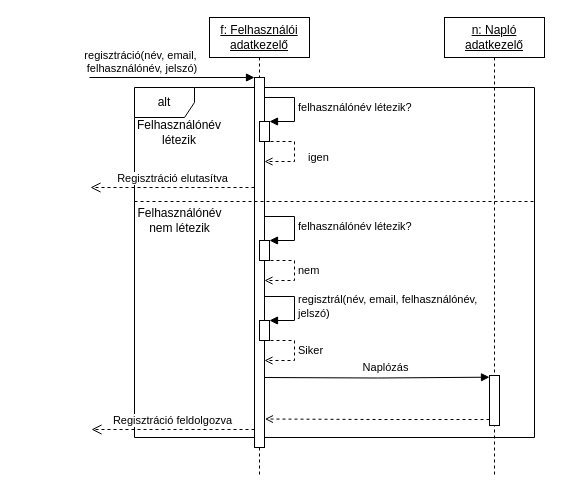
Earlier version of the draw.io diagram doc/editable_files/register_seq.drawio (amadehegedus/cool). Source tidied: cells renumbered, new cells numbered last; positions are measured from the earlier drawing's top-left corner, leaving out a move shared by most shapes. Both pictures are drawn from the tidied source at 100%, with x=0, y=0 at pixel (89, 17).
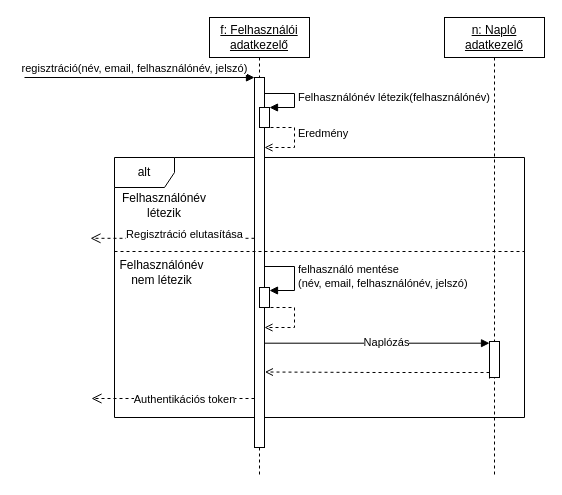
The same diagram, later.

Unchanged cells that the change refers to:
```xml
<mxCell id="3" value="&lt;u&gt;f: Felhasználói adatkezelő&lt;/u&gt;" style="shape=umlLifeline;perimeter=lifelinePerimeter;whiteSpace=wrap;html=1;" parent="1" vertex="1">
  <mxGeometry x="120" width="100" height="460" as="geometry" />
</mxCell>
<mxCell id="4" style="html=1;points=[];perimeter=orthogonalPerimeter;" parent="3" vertex="1">
  <mxGeometry x="45" y="60" width="10" height="370" as="geometry" />
</mxCell>
<mxCell id="17" value="&lt;u&gt;n: Napló&lt;br&gt;adatkezelő&lt;/u&gt;" style="shape=umlLifeline;perimeter=lifelinePerimeter;whiteSpace=wrap;html=1;" parent="1" vertex="1">
  <mxGeometry x="355" width="100" height="460" as="geometry" />
</mxCell>
```

The edit, as a diff of the source:
```diff
@@
     <mxCell id="2" value="alt" style="shape=umlFrame;whiteSpace=wrap;html=1;" parent="1" vertex="1">
-      <mxGeometry x="45" y="70" width="400" height="350" as="geometry" />
+      <mxGeometry x="25" y="140" width="410" height="260" as="geometry" />
     </mxCell>
@@
-    <mxCell id="5" value="regisztráció(név, email,&lt;br&gt;&amp;nbsp;felhasználónév, jelszó)" style="html=1;verticalAlign=bottom;endArrow=block;entryX=0;entryY=0;rounded=0;" parent="3" edge="1" target="4">
-      <mxGeometry x="-0.38" relative="1" as="geometry">
-        <mxPoint x="-120" y="60" as="sourcePoint" />
+    <mxCell id="5" value="regisztráció(név, email, felhasználónév, jelszó)" style="html=1;verticalAlign=bottom;endArrow=block;entryX=0;entryY=0;rounded=0;" parent="3" edge="1" target="4">
+      <mxGeometry x="-0.04" relative="1" as="geometry">
+        <mxPoint x="-185" y="60" as="sourcePoint" />
       </mxGeometry>
     </mxCell>
     <mxCell id="6" style="html=1;points=[];perimeter=orthogonalPerimeter;" parent="3" vertex="1">
-      <mxGeometry x="50" y="104" width="10" height="20" as="geometry" />
+      <mxGeometry x="50" y="90" width="10" height="20" as="geometry" />
     </mxCell>
-    <mxCell id="7" value="felhasználónév létezik?" style="edgeStyle=orthogonalEdgeStyle;html=1;align=left;spacingLeft=2;endArrow=block;rounded=0;entryX=1;entryY=0;" parent="3" edge="1" target="6">
-      <mxGeometry x="0.11" relative="1" as="geometry">
-        <mxPoint x="55" y="71" as="sourcePoint" />
+    <mxCell id="7" value="Felhasználónév létezik(felhasználónév)" style="edgeStyle=orthogonalEdgeStyle;html=1;align=left;spacingLeft=2;endArrow=block;rounded=0;entryX=1;entryY=0;" parent="3" edge="1">
+      <mxGeometry x="0.18" relative="1" as="geometry">
+        <mxPoint x="55" y="60" as="sourcePoint" />
+        <mxPoint x="60" y="90" as="targetPoint" />
         <Array as="points">
-          <mxPoint x="55" y="80" />
-          <mxPoint x="85" y="80" />
-          <mxPoint x="85" y="104" />
+          <mxPoint x="55" y="76" />
+          <mxPoint x="85" y="76" />
+          <mxPoint x="85" y="90" />
         </Array>
       </mxGeometry>
     </mxCell>
-    <mxCell id="8" value="igen" style="edgeStyle=orthogonalEdgeStyle;html=1;align=left;spacingLeft=2;endArrow=open;rounded=0;entryX=1;entryY=0.192;entryDx=0;entryDy=0;entryPerimeter=0;dashed=1;endFill=0;" parent="3" edge="1">
-      <mxGeometry x="0.15" y="10" relative="1" as="geometry">
-        <mxPoint x="55" y="124" as="sourcePoint" />
-        <mxPoint x="55" y="144" as="targetPoint" />
+    <mxCell id="8" value="Eredmény" style="edgeStyle=orthogonalEdgeStyle;html=1;align=left;spacingLeft=2;endArrow=open;rounded=0;entryX=1;entryY=0.192;entryDx=0;entryDy=0;entryPerimeter=0;dashed=1;endFill=0;" parent="3" edge="1">
+      <mxGeometry x="-0.1" relative="1" as="geometry">
+        <mxPoint x="55" y="110" as="sourcePoint" />
+        <mxPoint x="55" y="130" as="targetPoint" />
         <Array as="points">
-          <mxPoint x="85" y="124" />
-          <mxPoint x="85" y="144" />
+          <mxPoint x="85" y="110" />
+          <mxPoint x="85" y="130" />
         </Array>
       </mxGeometry>
     </mxCell>
-    <mxCell id="9" style="html=1;perimeter=orthogonalPerimeter;" parent="3" vertex="1">
-      <mxGeometry x="50" y="223" width="10" height="20" as="geometry" />
-    </mxCell>
-    <mxCell id="10" value="nem" style="edgeStyle=orthogonalEdgeStyle;html=1;align=left;spacingLeft=2;endArrow=open;rounded=0;entryX=1;entryY=0.192;entryDx=0;entryDy=0;entryPerimeter=0;dashed=1;endFill=0;" parent="3" edge="1">
-      <mxGeometry relative="1" as="geometry">
-        <mxPoint x="55" y="243" as="sourcePoint" />
-        <mxPoint x="55" y="263" as="targetPoint" />
-        <Array as="points">
-          <mxPoint x="85" y="243" />
-          <mxPoint x="85" y="263" />
-        </Array>
-      </mxGeometry>
-    </mxCell>
     <mxCell id="11" style="html=1;perimeter=orthogonalPerimeter;" parent="3" vertex="1">
-      <mxGeometry x="50" y="303" width="10" height="20" as="geometry" />
+      <mxGeometry x="50" y="270" width="10" height="20" as="geometry" />
     </mxCell>
-    <mxCell id="12" value="Siker" style="edgeStyle=orthogonalEdgeStyle;html=1;align=left;spacingLeft=2;endArrow=open;rounded=0;entryX=1;entryY=0.192;entryDx=0;entryDy=0;entryPerimeter=0;dashed=1;endFill=0;" parent="3" edge="1">
+    <mxCell id="12" style="edgeStyle=orthogonalEdgeStyle;html=1;align=left;spacingLeft=2;endArrow=open;rounded=0;entryX=1;entryY=0.192;entryDx=0;entryDy=0;entryPerimeter=0;dashed=1;endFill=0;" parent="3" edge="1">
       <mxGeometry relative="1" as="geometry">
-        <mxPoint x="55" y="323" as="sourcePoint" />
-        <mxPoint x="55" y="343" as="targetPoint" />
+        <mxPoint x="55" y="290" as="sourcePoint" />
+        <mxPoint x="55" y="310" as="targetPoint" />
         <Array as="points">
-          <mxPoint x="85" y="323" />
-          <mxPoint x="85" y="343" />
+          <mxPoint x="85" y="290" />
+          <mxPoint x="85" y="310" />
         </Array>
       </mxGeometry>
     </mxCell>
-    <mxCell id="13" value="regisztrál(név, email, felhasználónév,&lt;br&gt;jelszó)" style="edgeStyle=orthogonalEdgeStyle;html=1;align=left;spacingLeft=2;endArrow=block;rounded=0;entryX=1;entryY=0;" parent="3" edge="1">
+    <mxCell id="13" value="felhasználó mentése&lt;br&gt;(név, email, felhasználónév, jelszó)" style="edgeStyle=orthogonalEdgeStyle;html=1;align=left;spacingLeft=2;endArrow=block;rounded=0;entryX=1;entryY=0;" parent="3" edge="1">
       <mxGeometry x="0.11" relative="1" as="geometry">
-        <mxPoint x="55" y="270" as="sourcePoint" />
-        <mxPoint x="60" y="303" as="targetPoint" />
+        <mxPoint x="55" y="240" as="sourcePoint" />
+        <mxPoint x="60" y="273" as="targetPoint" />
         <Array as="points">
-          <mxPoint x="55" y="279" />
-          <mxPoint x="85" y="279" />
-          <mxPoint x="85" y="303" />
+          <mxPoint x="55" y="249" />
+          <mxPoint x="85" y="249" />
+          <mxPoint x="85" y="273" />
         </Array>
       </mxGeometry>
     </mxCell>
+    <mxCell id="20" value="Regisztráció elutasítása" style="html=1;verticalAlign=bottom;endArrow=open;dashed=1;endSize=8;rounded=0;" parent="3" edge="1">
+      <mxGeometry x="-0.15" y="5" relative="1" as="geometry">
+        <mxPoint x="45" y="220.8" as="sourcePoint" />
+        <mxPoint x="-119" y="220.8" as="targetPoint" />
+        <Array as="points">
+          <mxPoint x="-105" y="220.8" />
+        </Array>
+      </mxGeometry>
+    </mxCell>
-    <mxCell id="14" value="Regisztráció feldolgozva" style="html=1;verticalAlign=bottom;endArrow=open;dashed=1;endSize=8;rounded=0;" parent="1" edge="1" source="4">
-      <mxGeometry relative="1" as="geometry">
-        <mxPoint x="2" y="412" as="targetPoint" />
+    <mxCell id="14" value="Authentikációs token" style="html=1;verticalAlign=bottom;endArrow=open;dashed=1;endSize=8;rounded=0;" parent="1" edge="1">
+      <mxGeometry x="-0.14" y="10" relative="1" as="geometry">
+        <mxPoint x="165" y="381" as="sourcePoint" />
+        <mxPoint x="2" y="381" as="targetPoint" />
         <Array as="points">
-          <mxPoint x="15" y="412" />
+          <mxPoint x="105" y="381" />
+          <mxPoint x="15" y="381" />
         </Array>
       </mxGeometry>
     </mxCell>
     <mxCell id="15" style="line;strokeWidth=1;fillColor=none;align=left;verticalAlign=middle;spacingTop=-1;spacingLeft=3;spacingRight=3;labelPosition=right;dashed=1;" parent="1" vertex="1">
-      <mxGeometry x="45" y="180" width="400" height="8" as="geometry" />
+      <mxGeometry x="25" y="230" width="410" height="8" as="geometry" />
     </mxCell>
     <mxCell id="16" value="Felhasználónév létezik" style="text;html=1;strokeColor=none;fillColor=none;align=center;verticalAlign=middle;whiteSpace=wrap;rounded=0;dashed=1;" parent="1" vertex="1">
-      <mxGeometry x="60" y="100" width="60" height="30" as="geometry" />
+      <mxGeometry x="45" y="173" width="60" height="30" as="geometry" />
     </mxCell>
@@
     <mxCell id="18" style="html=1;points=[];perimeter=orthogonalPerimeter;" parent="17" vertex="1">
-      <mxGeometry x="45" y="358" width="10" height="50" as="geometry" />
+      <mxGeometry x="45" y="324" width="10" height="36" as="geometry" />
     </mxCell>
-    <mxCell id="19" style="endArrow=open;endFill=0;html=1;edgeStyle=orthogonalEdgeStyle;align=left;verticalAlign=top;rounded=0;entryX=1.043;entryY=0.923;entryDx=0;entryDy=0;entryPerimeter=0;dashed=1;" parent="17" edge="1" target="4">
+    <mxCell id="19" style="endArrow=open;endFill=0;html=1;edgeStyle=orthogonalEdgeStyle;align=left;verticalAlign=top;rounded=0;entryX=1.043;entryY=0.923;entryDx=0;entryDy=0;entryPerimeter=0;dashed=1;" parent="17" edge="1">
       <mxGeometry x="-1" relative="1" as="geometry">
-        <mxPoint x="45" y="408" as="sourcePoint" />
+        <mxPoint x="45" y="361" as="sourcePoint" />
+        <mxPoint x="-179.6" y="354.5" as="targetPoint" />
         <Array as="points">
-          <mxPoint x="45" y="402" />
-          <mxPoint x="-68" y="402" />
+          <mxPoint x="45" y="355" />
+          <mxPoint x="-68" y="355" />
         </Array>
       </mxGeometry>
     </mxCell>
-    <mxCell id="20" value="Regisztráció elutasítva" style="html=1;verticalAlign=bottom;endArrow=open;dashed=1;endSize=8;rounded=0;" parent="1" edge="1">
-      <mxGeometry relative="1" as="geometry">
-        <mxPoint x="165" y="170" as="sourcePoint" />
-        <mxPoint x="1" y="170" as="targetPoint" />
-        <Array as="points">
-          <mxPoint x="15" y="170" />
-        </Array>
-      </mxGeometry>
-    </mxCell>
-    <mxCell id="21" value="felhasználónév létezik?" style="edgeStyle=orthogonalEdgeStyle;html=1;align=left;spacingLeft=2;endArrow=block;rounded=0;entryX=1;entryY=0;" parent="1" edge="1">
-      <mxGeometry x="0.11" relative="1" as="geometry">
-        <mxPoint x="175" y="190" as="sourcePoint" />
-        <mxPoint x="180" y="223" as="targetPoint" />
-        <Array as="points">
-          <mxPoint x="175" y="199" />
-          <mxPoint x="205" y="199" />
-          <mxPoint x="205" y="223" />
-        </Array>
-      </mxGeometry>
-    </mxCell>
     <mxCell id="22" value="Felhasználónév nem létezik" style="text;html=1;strokeColor=none;fillColor=none;align=center;verticalAlign=middle;whiteSpace=wrap;rounded=0;dashed=1;" parent="1" vertex="1">
-      <mxGeometry x="58" y="188" width="65" height="30" as="geometry" />
+      <mxGeometry x="40" y="240" width="65" height="30" as="geometry" />
     </mxCell>
-    <mxCell id="23" style="endArrow=block;endFill=1;html=1;edgeStyle=orthogonalEdgeStyle;align=left;verticalAlign=top;rounded=0;entryX=0;entryY=0.034;entryDx=0;entryDy=0;entryPerimeter=0;" parent="1" edge="1" target="18">
+    <mxCell id="23" style="endArrow=block;endFill=1;html=1;edgeStyle=orthogonalEdgeStyle;align=left;verticalAlign=top;rounded=0;entryX=0;entryY=0.034;entryDx=0;entryDy=0;entryPerimeter=0;" parent="1" edge="1">
       <mxGeometry x="-1" relative="1" as="geometry">
-        <mxPoint x="175" y="360" as="sourcePoint" />
+        <mxPoint x="175" y="326" as="sourcePoint" />
+        <mxPoint x="400" y="325.7" as="targetPoint" />
+        <Array as="points">
+          <mxPoint x="400" y="326" />
+        </Array>
       </mxGeometry>
     </mxCell>
     <mxCell id="24" value="Naplózás" style="edgeLabel;html=1;align=center;verticalAlign=middle;" parent="23" vertex="1">
       <mxGeometry x="0.32" y="-1" relative="1" as="geometry">
-        <mxPoint x="-28" y="-11" as="offset" />
+        <mxPoint x="-28" y="-2" as="offset" />
       </mxGeometry>
     </mxCell>
```
